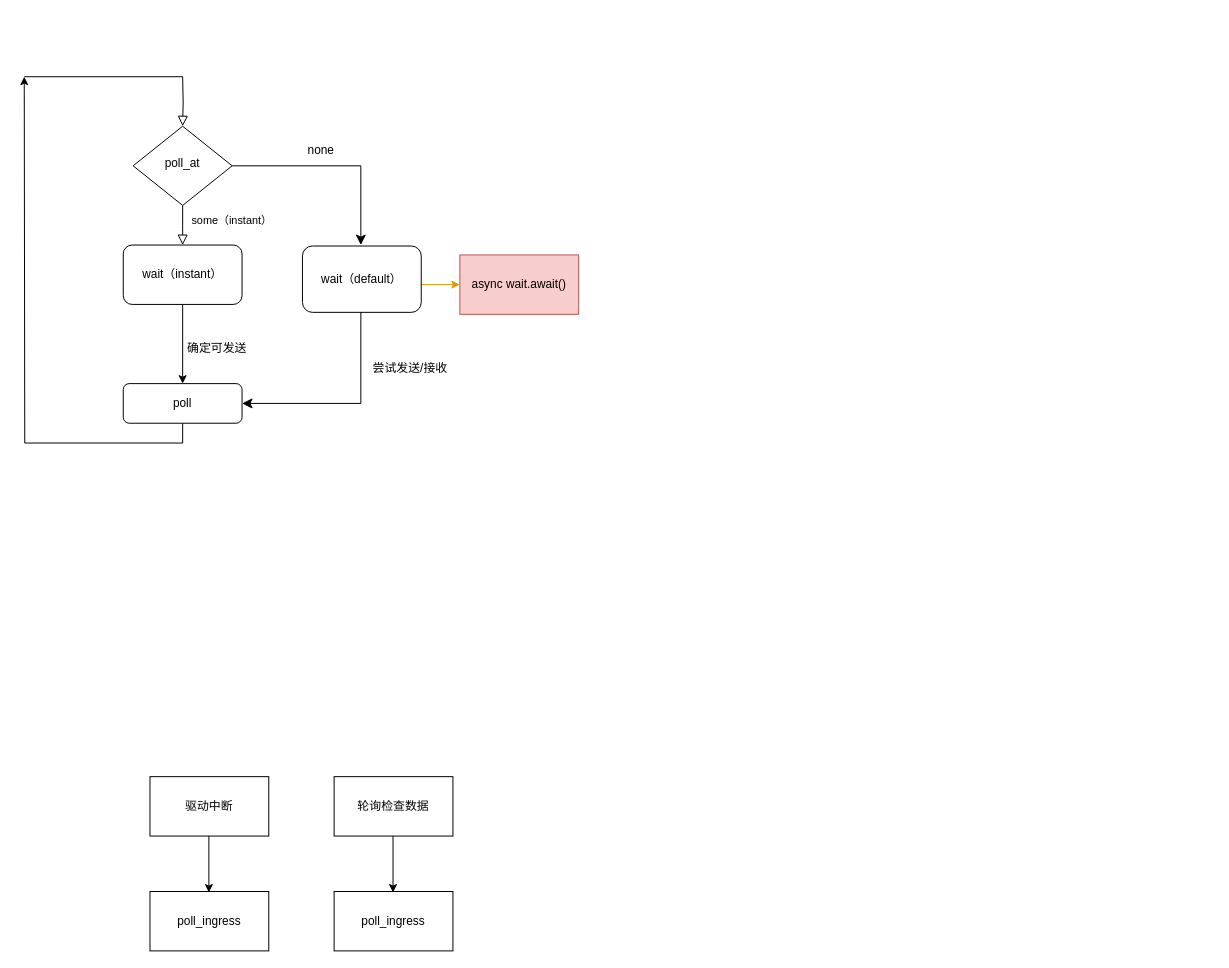
wyatt-dai/GraduationProject keeps this draw.io diagram as 异步发送.drawio. Above is the earlier version. Source tidied: cells renumbered, new cells numbered last; positions are measured from the earlier drawing's top-left corner, leaving out a move shared by most shapes. Both pictures are drawn from the tidied source at 99%, with x=0, y=0 at pixel (24, 76).
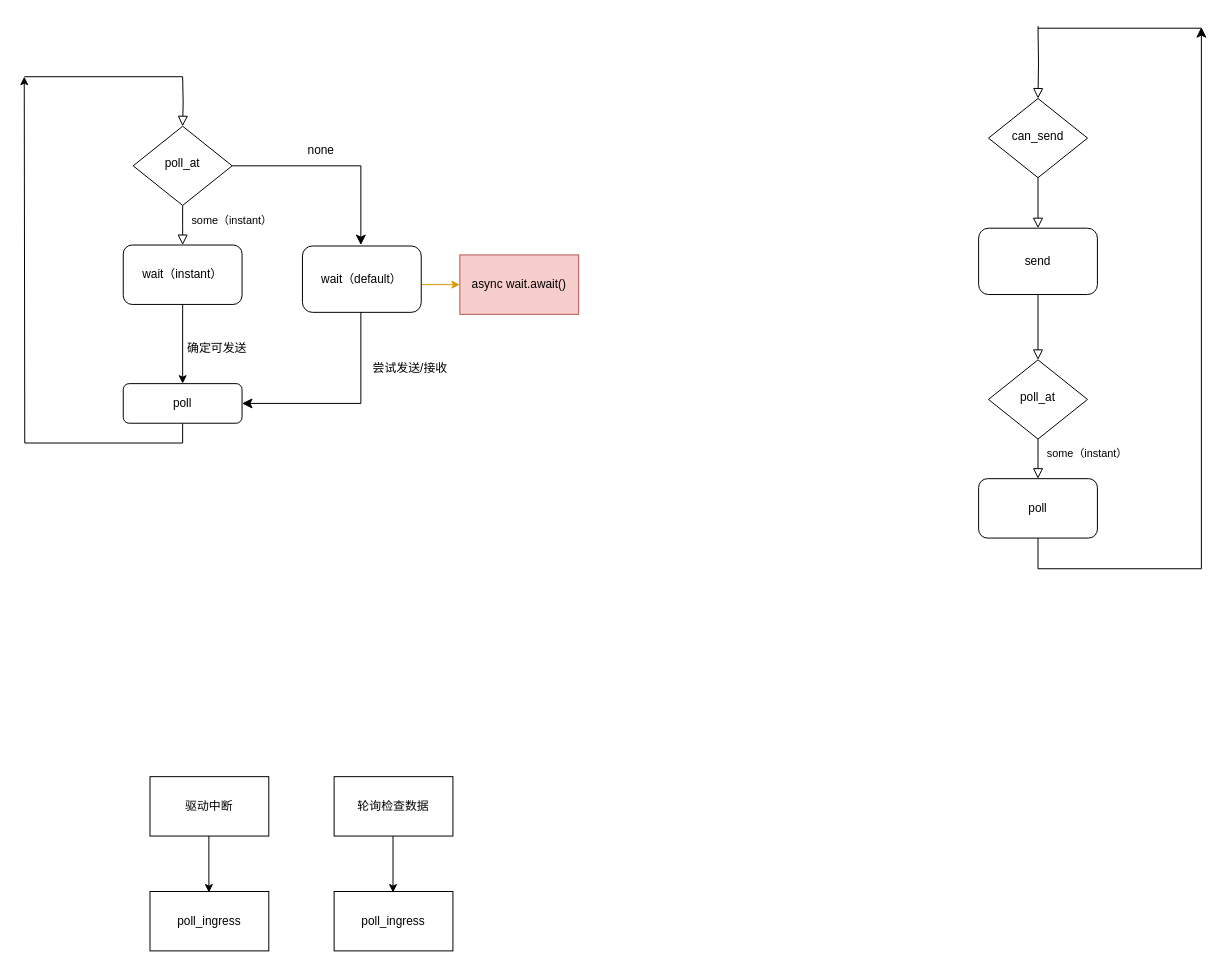
After the change.

Commit message:
更新异步发送.drawio

What changed in the source:
```diff
@@
+    <mxCell id="25" style="rounded=0;html=1;jettySize=auto;fontSize=11;endArrow=block;endFill=0;endSize=8;strokeWidth=1;shadow=0;labelBackgroundColor=none;edgeStyle=orthogonalEdgeStyle;exitX=0.5;exitY=1;exitDx=0;exitDy=0;" parent="1" edge="1" source="33" target="27">
+      <mxGeometry relative="1" as="geometry" />
+    </mxCell>
+    <mxCell id="26" style="rounded=0;html=1;jettySize=auto;fontSize=11;endArrow=block;endFill=0;endSize=8;strokeWidth=1;shadow=0;labelBackgroundColor=none;edgeStyle=orthogonalEdgeStyle;" parent="1" edge="1" source="27">
+      <mxGeometry y="20" relative="1" as="geometry">
+        <mxPoint x="1024" y="406" as="targetPoint" />
+      </mxGeometry>
+    </mxCell>
+    <mxCell id="27" value="poll_at" style="rhombus;whiteSpace=wrap;html=1;shadow=0;fontFamily=Helvetica;fontSize=12;align=center;strokeWidth=1;spacing=6;spacingTop=-4;direction=east;" parent="1" vertex="1">
+      <mxGeometry x="974" y="286" width="100" height="80" as="geometry" />
+    </mxCell>
+    <mxCell id="28" value="&lt;span style=&quot;font-size: 11px; text-wrap-mode: nowrap;&quot;&gt;some（instant）&lt;/span&gt;" style="text;html=1;align=center;verticalAlign=middle;whiteSpace=wrap;rounded=0;direction=east;" parent="1" vertex="1">
+      <mxGeometry x="1044" y="366" width="60" height="30" as="geometry" />
+    </mxCell>
+    <mxCell id="29" value="poll" style="rounded=1;whiteSpace=wrap;html=1;direction=east;" parent="1" vertex="1">
+      <mxGeometry x="964" y="406" width="120" height="60" as="geometry" />
+    </mxCell>
+    <mxCell id="30" style="rounded=0;html=1;jettySize=auto;fontSize=11;endArrow=block;endFill=0;endSize=8;strokeWidth=1;shadow=0;labelBackgroundColor=none;edgeStyle=orthogonalEdgeStyle;" parent="1" edge="1" target="32">
+      <mxGeometry relative="1" as="geometry">
+        <mxPoint x="1024" y="-51" as="sourcePoint" />
+      </mxGeometry>
+    </mxCell>
+    <mxCell id="31" style="rounded=0;html=1;jettySize=auto;fontSize=11;endArrow=block;endFill=0;endSize=8;strokeWidth=1;shadow=0;labelBackgroundColor=none;edgeStyle=orthogonalEdgeStyle;entryX=0.5;entryY=0;entryDx=0;entryDy=0;" parent="1" edge="1" source="32" target="33">
+      <mxGeometry y="20" relative="1" as="geometry" />
+    </mxCell>
+    <mxCell id="32" value="can_send" style="rhombus;whiteSpace=wrap;html=1;shadow=0;fontFamily=Helvetica;fontSize=12;align=center;strokeWidth=1;spacing=6;spacingTop=-4;direction=east;" parent="1" vertex="1">
+      <mxGeometry x="974" y="22" width="100" height="80" as="geometry" />
+    </mxCell>
+    <mxCell id="33" value="send" style="rounded=1;whiteSpace=wrap;html=1;direction=east;" parent="1" vertex="1">
+      <mxGeometry x="964" y="153" width="120" height="67" as="geometry" />
+    </mxCell>
+    <mxCell id="34" style="edgeStyle=elbowEdgeStyle;elbow=vertical;endArrow=classic;html=1;curved=0;rounded=0;endSize=8;startSize=8;exitX=0.5;exitY=1;exitDx=0;exitDy=0;entryX=0.5;entryY=1;entryDx=0;entryDy=0;" parent="1" edge="1" source="29">
+      <mxGeometry relative="1" as="geometry">
+        <mxPoint x="1189" y="-50" as="targetPoint" />
+        <Array as="points">
+          <mxPoint x="1051" y="497" />
+        </Array>
+      </mxGeometry>
+    </mxCell>
+    <mxCell id="35" style="endArrow=none;html=1;rounded=0;" parent="1" edge="1">
+      <mxGeometry relative="1" as="geometry">
+        <mxPoint x="1024" y="-49" as="sourcePoint" />
+        <mxPoint x="1189" y="-49" as="targetPoint" />
+      </mxGeometry>
+    </mxCell>
```
